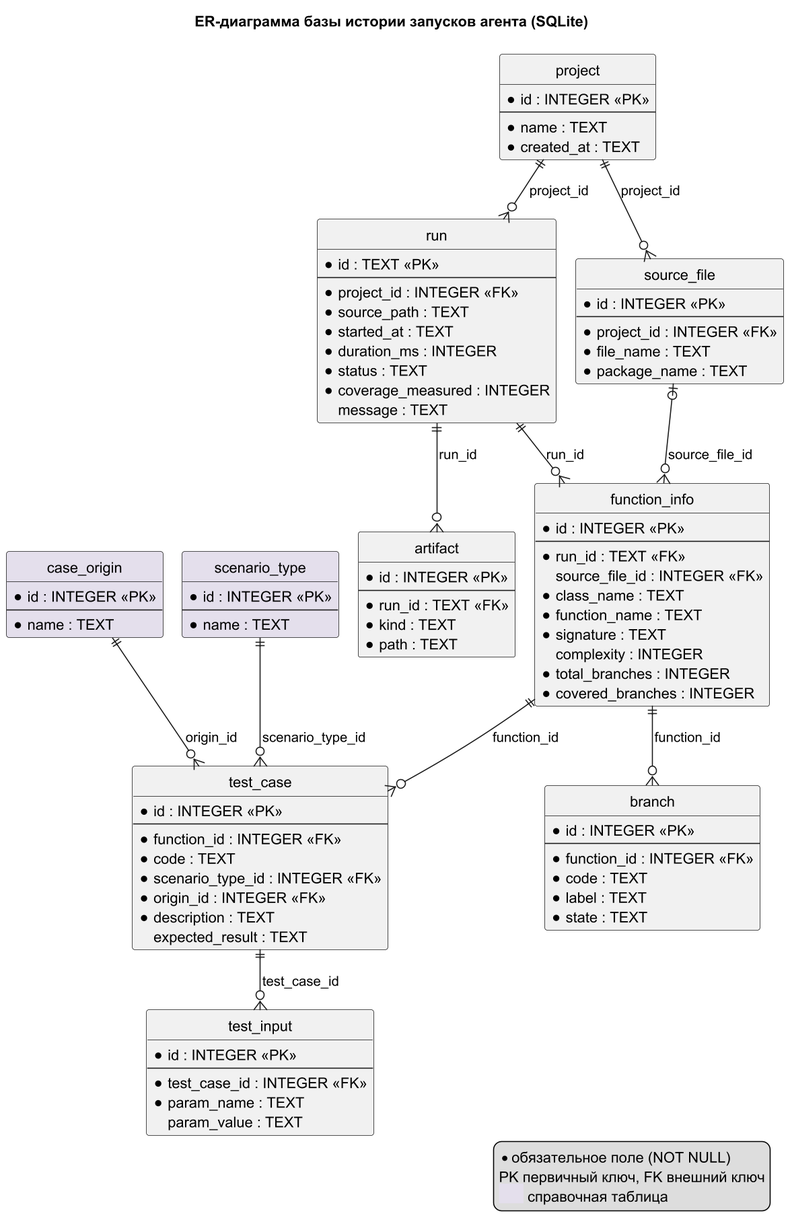
This is labs-agent-materials/lab11-database/er-diagram.png from MMMMat43/intelAgcy, a PlantUML export, as it was before one commit.
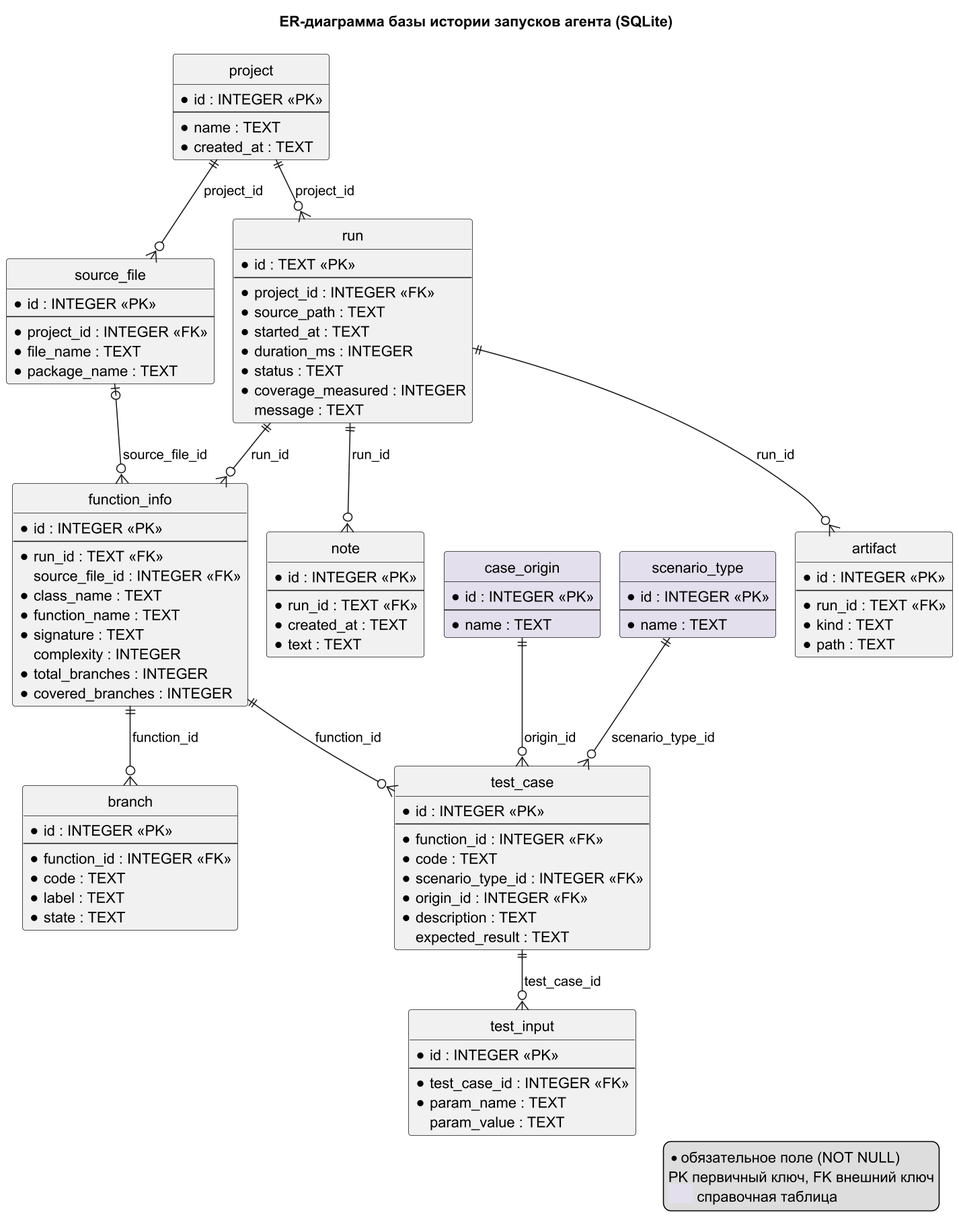
After the change.

Diff of the diagram source:
```diff
@@ -38,6 +38,13 @@
   complexity : INTEGER
   *total_branches : INTEGER
   *covered_branches : INTEGER
+}
+entity "note" as note {
+  *id : INTEGER <<PK>>
+  --
+  *run_id : TEXT <<FK>>
+  *created_at : TEXT
+  *text : TEXT
 }
 entity "project" as project {
   *id : INTEGER <<PK>>
@@ -89,6 +96,7 @@
 function_info ||--o{ branch : function_id
 source_file |o--o{ function_info : source_file_id
 run ||--o{ function_info : run_id
+run ||--o{ note : run_id
 project ||--o{ run : project_id
 project ||--o{ source_file : project_id
 case_origin ||--o{ test_case : origin_id
```
